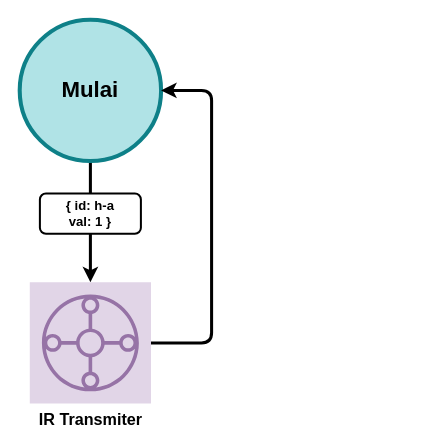
Earlier version of the draw.io diagram page "Halte" (2 of 3) of mikrokontroler/UAS/workflow.drawio (syukrillah0108/sem_6). Source tidied: cells renumbered, new cells numbered last; positions are measured from the earlier drawing's top-left corner, leaving out a move shared by most shapes. Both pictures are drawn from the tidied source at 101%, with x=0, y=0 at pixel (19, 19).
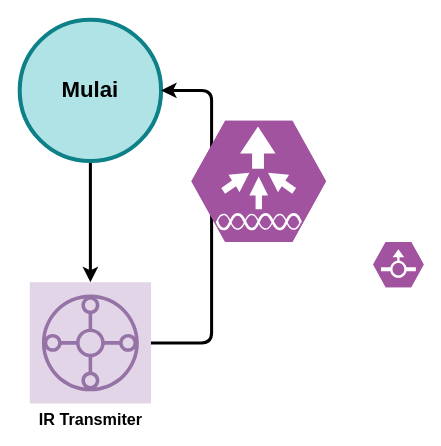
After the change.

Change to the diagram source:
```diff
@@
 <mxGraphModel>
   <root>
     <mxCell id="0" />
     <mxCell id="1" parent="0" />
     <mxCell id="2" style="edgeStyle=none;html=1;strokeWidth=3;entryX=0.5;entryY=0;entryDx=0;entryDy=0;entryPerimeter=0;" parent="1" edge="1" source="3" target="5">
       <mxGeometry relative="1" as="geometry" />
     </mxCell>
     <mxCell id="3" value="Mulai" style="ellipse;whiteSpace=wrap;html=1;strokeWidth=4;fontSize=22;fontStyle=1;fillColor=#b0e3e6;strokeColor=#0e8088;" parent="1" vertex="1">
       <mxGeometry width="140" height="140" as="geometry" />
     </mxCell>
     <mxCell id="4" style="edgeStyle=orthogonalEdgeStyle;html=1;entryX=1;entryY=0.5;entryDx=0;entryDy=0;strokeWidth=3;" parent="1" edge="1" source="5" target="3">
       <mxGeometry relative="1" as="geometry">
         <Array as="points">
           <mxPoint x="190" y="320" />
           <mxPoint x="190" y="70" />
         </Array>
       </mxGeometry>
     </mxCell>
     <mxCell id="5" value="IR Transmiter" style="sketch=0;points=[[0,0,0],[0.25,0,0],[0.5,0,0],[0.75,0,0],[1,0,0],[0,1,0],[0.25,1,0],[0.5,1,0],[0.75,1,0],[1,1,0],[0,0.25,0],[0,0.5,0],[0,0.75,0],[1,0.25,0],[1,0.5,0],[1,0.75,0]];outlineConnect=0;fillColor=#e1d5e7;strokeColor=#9673a6;dashed=0;verticalLabelPosition=bottom;verticalAlign=top;align=center;html=1;fontSize=16;fontStyle=1;shape=mxgraph.aws4.resourceIcon;resIcon=mxgraph.aws4.transit_gateway;strokeWidth=1;" parent="1" vertex="1">
       <mxGeometry x="10" y="260" width="120" height="120" as="geometry" />
     </mxCell>
-    <mxCell id="6" value="{ id: h-a&lt;div&gt;val: 1 }&lt;/div&gt;" style="rounded=1;whiteSpace=wrap;html=1;fontStyle=1;fontSize=13;strokeWidth=2;" parent="1" vertex="1">
-      <mxGeometry x="20" y="172" width="100" height="40" as="geometry" />
-    </mxCell>
+    <mxCell id="7" style="verticalLabelPosition=bottom;sketch=0;html=1;fillColor=#A153A0;strokeColor=#ffffff;verticalAlign=top;align=center;shape=mxgraph.cisco_safe.compositeIcon;bgIcon=mxgraph.cisco_safe.design.blank_device;resIcon=mxgraph.cisco_safe.design.flow_sensor;" parent="1" vertex="1">
+      <mxGeometry x="350" y="220" width="50" height="45" as="geometry" />
+    </mxCell>
+    <mxCell id="8" style="verticalLabelPosition=bottom;sketch=0;html=1;fillColor=#A153A0;strokeColor=#ffffff;verticalAlign=top;align=center;shape=mxgraph.cisco_safe.compositeIcon;bgIcon=mxgraph.cisco_safe.design.blank_device;resIcon=mxgraph.cisco_safe.design.wlan_controller;" parent="1" vertex="1">
+      <mxGeometry x="170" y="100" width="133.3" height="120" as="geometry" />
+    </mxCell>
   </root>
 </mxGraphModel>
```
